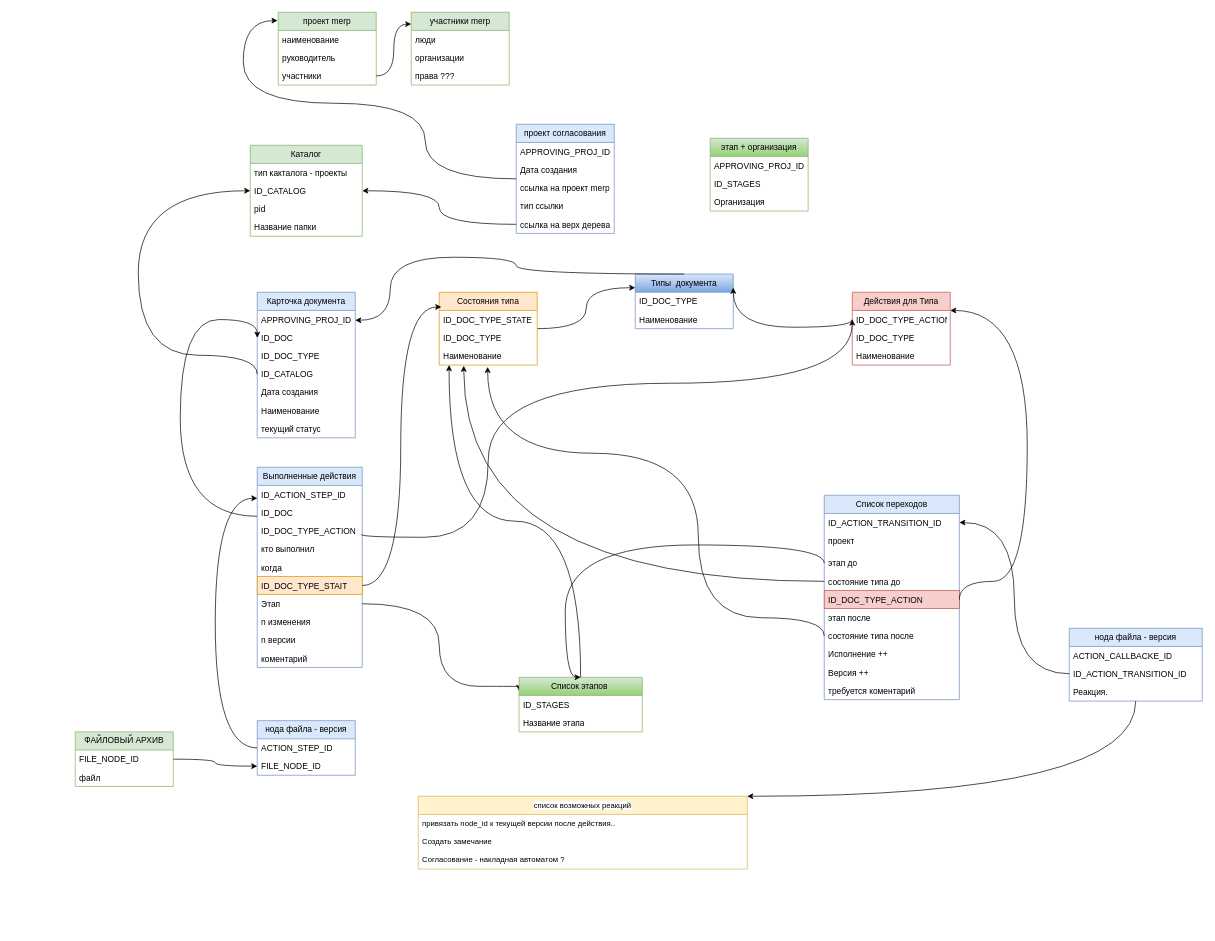
This is сущность проектной документации.drawio from sashok74/diagrams, a draw.io file, before an edit. Source tidied: cells renumbered, new cells numbered last; positions are measured from the earlier drawing's top-left corner, leaving out a move shared by most shapes. Both pictures are drawn from the tidied source at 70%, with x=0, y=0 at pixel (75, 12).
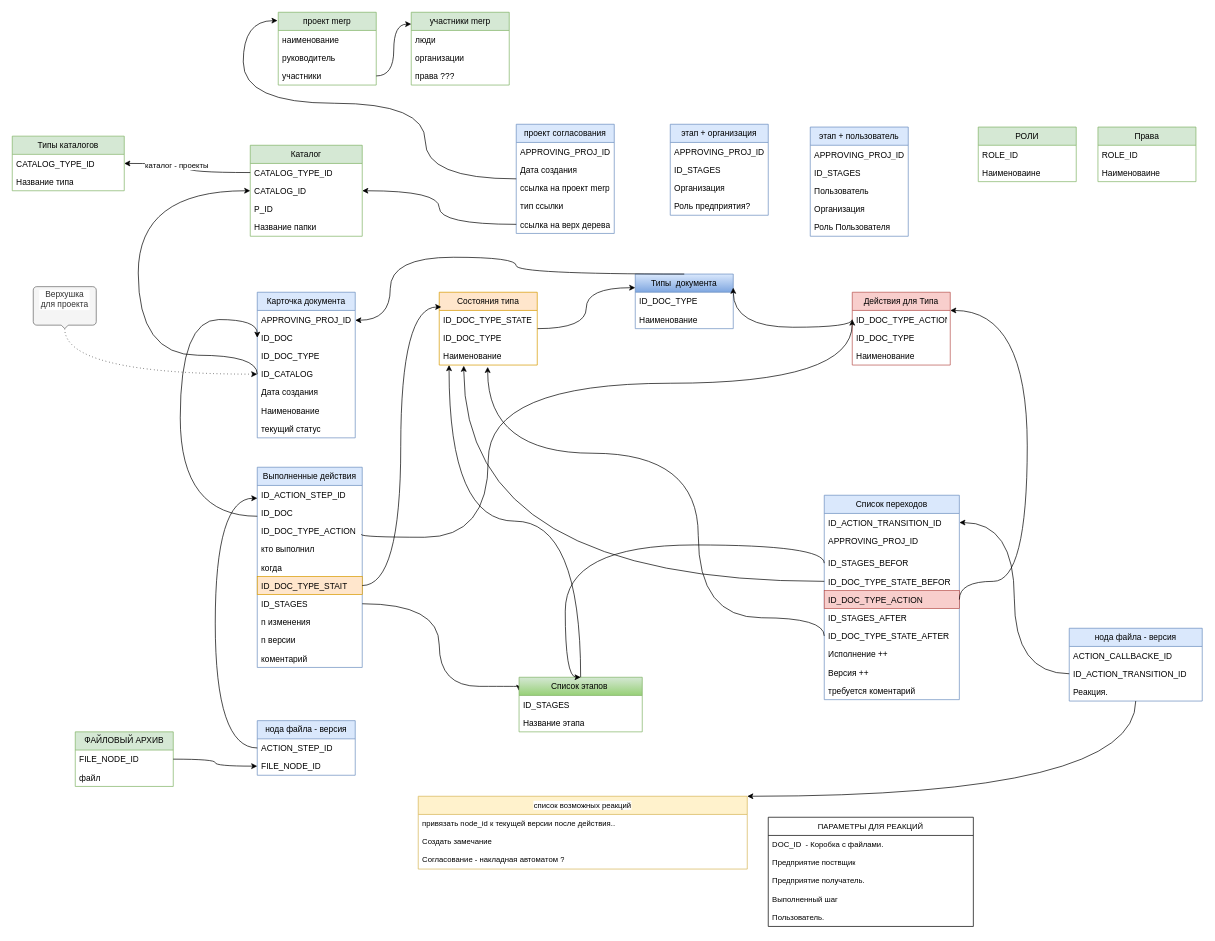
Above is the later version.

Unchanged cells that the change refers to:
```xml
<mxCell id="18" value="&lt;div&gt;Каталог&lt;/div&gt;" style="swimlane;fontStyle=0;horizontal=1;startSize=26;fillColor=#d5e8d4;whiteSpace=wrap;html=1;strokeColor=#82b366;" parent="1" vertex="1">
  <mxGeometry x="250" y="190" width="160" height="130" as="geometry" />
</mxCell>
<mxCell id="28" value="ID_CATALOG" style="text;strokeColor=none;fillColor=none;align=left;verticalAlign=top;spacingLeft=4;spacingRight=4;overflow=hidden;points=[[0,0.5],[1,0.5]];portConstraint=eastwest;whiteSpace=wrap;html=1;" parent="24" vertex="1">
  <mxGeometry y="104" width="140" height="26" as="geometry" />
</mxCell>
<mxCell id="45" value="Выполненные действия" style="swimlane;fontStyle=0;horizontal=1;startSize=26;fillColor=#dae8fc;whiteSpace=wrap;html=1;strokeColor=#6c8ebf;" parent="1" vertex="1">
  <mxGeometry x="260" y="650" width="150" height="286" as="geometry" />
</mxCell>
<mxCell id="65" value="Список переходов" style="swimlane;fontStyle=0;horizontal=1;startSize=26;fillColor=#dae8fc;whiteSpace=wrap;html=1;strokeColor=#6c8ebf;" parent="1" vertex="1">
  <mxGeometry x="1070" y="690" width="193" height="292" as="geometry" />
</mxCell>
```

Change to the diagram source:
```diff
@@
-    <mxCell id="19" value="тип какталога - проекты" style="text;strokeColor=none;fillColor=none;align=left;verticalAlign=top;spacingLeft=4;spacingRight=4;overflow=hidden;points=[[0,0.5],[1,0.5]];portConstraint=eastwest;whiteSpace=wrap;html=1;" parent="18" vertex="1">
+    <mxCell id="19" value="CATALOG_TYPE_ID" style="text;strokeColor=none;fillColor=none;align=left;verticalAlign=top;spacingLeft=4;spacingRight=4;overflow=hidden;points=[[0,0.5],[1,0.5]];portConstraint=eastwest;whiteSpace=wrap;html=1;" parent="18" vertex="1">
       <mxGeometry y="26" width="160" height="26" as="geometry" />
     </mxCell>
-    <mxCell id="20" value="ID_CATALOG" style="text;strokeColor=none;fillColor=none;align=left;verticalAlign=top;spacingLeft=4;spacingRight=4;overflow=hidden;points=[[0,0.5],[1,0.5]];portConstraint=eastwest;whiteSpace=wrap;html=1;" parent="18" vertex="1">
+    <mxCell id="20" value="CATALOG_ID" style="text;strokeColor=none;fillColor=none;align=left;verticalAlign=top;spacingLeft=4;spacingRight=4;overflow=hidden;points=[[0,0.5],[1,0.5]];portConstraint=eastwest;whiteSpace=wrap;html=1;" parent="18" vertex="1">
       <mxGeometry y="52" width="160" height="26" as="geometry" />
     </mxCell>
-    <mxCell id="21" value="pid" style="text;strokeColor=none;fillColor=none;align=left;verticalAlign=top;spacingLeft=4;spacingRight=4;overflow=hidden;whiteSpace=wrap;html=1;" parent="18" vertex="1">
+    <mxCell id="21" value="P_ID" style="text;strokeColor=none;fillColor=none;align=left;verticalAlign=top;spacingLeft=4;spacingRight=4;overflow=hidden;whiteSpace=wrap;html=1;" parent="18" vertex="1">
       <mxGeometry y="78" width="160" height="26" as="geometry" />
     </mxCell>
@@
-    <mxCell id="52" value="Этап" style="text;strokeColor=none;fillColor=none;align=left;verticalAlign=top;spacingLeft=4;spacingRight=4;overflow=hidden;points=[[0,0.5],[1,0.5]];portConstraint=eastwest;whiteSpace=wrap;html=1;" parent="45" vertex="1">
+    <mxCell id="52" value="ID_&lt;span style=&quot;white-space: pre-wrap;&quot;&gt;&lt;/span&gt;&lt;span style=&quot;white-space: pre-wrap;&quot; class=&quot;aNeGP0gI0B9AV8JaHPyH&quot;&gt;STAGES&lt;/span&gt;" style="text;strokeColor=none;fillColor=none;align=left;verticalAlign=top;spacingLeft=4;spacingRight=4;overflow=hidden;points=[[0,0.5],[1,0.5]];portConstraint=eastwest;whiteSpace=wrap;html=1;" parent="45" vertex="1">
       <mxGeometry y="182" width="150" height="26" as="geometry" />
     </mxCell>
@@
-    <mxCell id="67" value="проект" style="text;strokeColor=none;fillColor=none;align=left;verticalAlign=top;spacingLeft=4;spacingRight=4;overflow=hidden;whiteSpace=wrap;html=1;" parent="65" vertex="1">
+    <mxCell id="67" value="APPROVING_PROJ_ID" style="text;strokeColor=none;fillColor=none;align=left;verticalAlign=top;spacingLeft=4;spacingRight=4;overflow=hidden;whiteSpace=wrap;html=1;" parent="65" vertex="1">
       <mxGeometry y="52" width="193" height="32" as="geometry" />
     </mxCell>
-    <mxCell id="68" value="этап до" style="text;align=left;verticalAlign=top;spacingLeft=4;spacingRight=4;overflow=hidden;points=[[0,0.5],[1,0.5]];portConstraint=eastwest;whiteSpace=wrap;html=1;" parent="65" vertex="1">
+    <mxCell id="68" value="ID_&lt;span style=&quot;white-space: pre-wrap;&quot;&gt;&lt;/span&gt;&lt;span style=&quot;white-space: pre-wrap;&quot; class=&quot;aNeGP0gI0B9AV8JaHPyH&quot;&gt;STAGES_BEFOR&lt;/span&gt;" style="text;align=left;verticalAlign=top;spacingLeft=4;spacingRight=4;overflow=hidden;points=[[0,0.5],[1,0.5]];portConstraint=eastwest;whiteSpace=wrap;html=1;" parent="65" vertex="1">
       <mxGeometry y="84" width="193" height="26" as="geometry" />
     </mxCell>
-    <mxCell id="69" value="состояние типа до" style="text;align=left;verticalAlign=top;spacingLeft=4;spacingRight=4;overflow=hidden;points=[[0,0.5],[1,0.5]];portConstraint=eastwest;whiteSpace=wrap;html=1;" parent="65" vertex="1">
+    <mxCell id="69" value="&lt;div&gt;ID_DOC_TYPE_&lt;span style=&quot;white-space: pre-wrap;&quot;&gt;&lt;/span&gt;&lt;span style=&quot;white-space: pre-wrap;&quot; class=&quot;aNeGP0gI0B9AV8JaHPyH&quot;&gt;STATE_BEFOR&lt;/span&gt;&lt;/div&gt;&lt;div&gt;&lt;br&gt;&lt;br&gt;&lt;br&gt;&lt;/div&gt;" style="text;align=left;verticalAlign=top;spacingLeft=4;spacingRight=4;overflow=hidden;points=[[0,0.5],[1,0.5]];portConstraint=eastwest;whiteSpace=wrap;html=1;" parent="65" vertex="1">
       <mxGeometry y="110" width="193" height="26" as="geometry" />
     </mxCell>
@@
-    <mxCell id="71" value="этап после" style="text;align=left;verticalAlign=top;spacingLeft=4;spacingRight=4;overflow=hidden;whiteSpace=wrap;html=1;" parent="65" vertex="1">
+    <mxCell id="71" value="ID_&lt;span style=&quot;white-space: pre-wrap;&quot;&gt;&lt;/span&gt;&lt;span style=&quot;white-space: pre-wrap;&quot; class=&quot;aNeGP0gI0B9AV8JaHPyH&quot;&gt;STAGES_AFTER&lt;/span&gt;" style="text;align=left;verticalAlign=top;spacingLeft=4;spacingRight=4;overflow=hidden;whiteSpace=wrap;html=1;" parent="65" vertex="1">
       <mxGeometry y="162" width="193" height="26" as="geometry" />
     </mxCell>
-    <mxCell id="72" value="состояние типа после" style="text;align=left;verticalAlign=top;spacingLeft=4;spacingRight=4;overflow=hidden;points=[[0,0.5],[1,0.5]];portConstraint=eastwest;whiteSpace=wrap;html=1;" parent="65" vertex="1">
+    <mxCell id="72" value="&lt;div&gt;ID_DOC_TYPE_&lt;span style=&quot;white-space: pre-wrap;&quot;&gt;&lt;/span&gt;&lt;span style=&quot;white-space: pre-wrap;&quot; class=&quot;aNeGP0gI0B9AV8JaHPyH&quot;&gt;STATE_AFTER&lt;/span&gt;&lt;/div&gt;&lt;div&gt;&lt;br&gt;&lt;br&gt;&lt;br&gt;&lt;/div&gt;" style="text;align=left;verticalAlign=top;spacingLeft=4;spacingRight=4;overflow=hidden;points=[[0,0.5],[1,0.5]];portConstraint=eastwest;whiteSpace=wrap;html=1;" parent="65" vertex="1">
       <mxGeometry y="188" width="193" height="26" as="geometry" />
     </mxCell>
@@
-    <mxCell id="99" value="этап + организация" style="swimlane;fontStyle=0;horizontal=1;startSize=26;fillColor=#d5e8d4;whiteSpace=wrap;html=1;strokeColor=#82b366;gradientColor=#97d077;" parent="1" vertex="1">
-      <mxGeometry x="907" y="180" width="140" height="104" as="geometry" />
+    <mxCell id="99" value="этап + организация" style="swimlane;fontStyle=0;horizontal=1;startSize=26;fillColor=#dae8fc;whiteSpace=wrap;html=1;strokeColor=#6c8ebf;" parent="1" vertex="1">
+      <mxGeometry x="850" y="160" width="140" height="130" as="geometry" />
     </mxCell>
@@
+    <mxCell id="103" value="Организация" style="text;strokeColor=none;fillColor=none;align=left;verticalAlign=top;spacingLeft=4;spacingRight=4;overflow=hidden;whiteSpace=wrap;html=1;" parent="99" vertex="1">
+      <mxGeometry y="78" width="140" height="26" as="geometry" />
+    </mxCell>
-    <mxCell id="102" value="Организация" style="text;strokeColor=none;fillColor=none;align=left;verticalAlign=top;spacingLeft=4;spacingRight=4;overflow=hidden;whiteSpace=wrap;html=1;" parent="99" vertex="1">
-      <mxGeometry y="78" width="140" height="26" as="geometry" />
+    <mxCell id="102" value="Роль предприятия?" style="text;strokeColor=none;fillColor=none;align=left;verticalAlign=top;spacingLeft=4;spacingRight=4;overflow=hidden;whiteSpace=wrap;html=1;" parent="99" vertex="1">
+      <mxGeometry y="104" width="140" height="26" as="geometry" />
     </mxCell>
+    <mxCell id="104" value="этап + пользователь" style="swimlane;fontStyle=0;horizontal=1;startSize=26;fillColor=#dae8fc;whiteSpace=wrap;html=1;strokeColor=#6c8ebf;" parent="1" vertex="1">
+      <mxGeometry x="1050" y="164" width="140" height="156" as="geometry" />
+    </mxCell>
+    <mxCell id="105" value="APPROVING_PROJ_ID" style="text;strokeColor=none;fillColor=none;align=left;verticalAlign=top;spacingLeft=4;spacingRight=4;overflow=hidden;whiteSpace=wrap;html=1;" parent="104" vertex="1">
+      <mxGeometry y="26" width="140" height="26" as="geometry" />
+    </mxCell>
+    <mxCell id="106" value="ID_&lt;span style=&quot;white-space: pre-wrap;&quot;&gt;&lt;/span&gt;&lt;span style=&quot;white-space: pre-wrap;&quot; class=&quot;aNeGP0gI0B9AV8JaHPyH&quot;&gt;STAGES&lt;/span&gt;" style="text;strokeColor=none;fillColor=none;align=left;verticalAlign=top;spacingLeft=4;spacingRight=4;overflow=hidden;whiteSpace=wrap;html=1;" parent="104" vertex="1">
+      <mxGeometry y="52" width="140" height="26" as="geometry" />
+    </mxCell>
+    <mxCell id="107" value="Пользователь" style="text;strokeColor=none;fillColor=none;align=left;verticalAlign=top;spacingLeft=4;spacingRight=4;overflow=hidden;whiteSpace=wrap;html=1;" parent="104" vertex="1">
+      <mxGeometry y="78" width="140" height="26" as="geometry" />
+    </mxCell>
+    <mxCell id="108" value="Организация" style="text;strokeColor=none;fillColor=none;align=left;verticalAlign=top;spacingLeft=4;spacingRight=4;overflow=hidden;whiteSpace=wrap;html=1;" parent="104" vertex="1">
+      <mxGeometry y="104" width="140" height="26" as="geometry" />
+    </mxCell>
+    <mxCell id="109" value="Роль Пользователя" style="text;strokeColor=none;fillColor=none;align=left;verticalAlign=top;spacingLeft=4;spacingRight=4;overflow=hidden;whiteSpace=wrap;html=1;" parent="104" vertex="1">
+      <mxGeometry y="130" width="140" height="26" as="geometry" />
+    </mxCell>
+    <mxCell id="110" value="РОЛИ" style="swimlane;fontStyle=0;horizontal=1;startSize=26;fillColor=#d5e8d4;whiteSpace=wrap;html=1;strokeColor=#82b366;" parent="1" vertex="1">
+      <mxGeometry x="1290" y="164" width="140" height="78" as="geometry" />
+    </mxCell>
+    <mxCell id="111" value="ROLE_ID" style="text;strokeColor=none;fillColor=none;align=left;verticalAlign=top;spacingLeft=4;spacingRight=4;overflow=hidden;whiteSpace=wrap;html=1;" parent="110" vertex="1">
+      <mxGeometry y="26" width="140" height="26" as="geometry" />
+    </mxCell>
+    <mxCell id="112" value="Наименоваине" style="text;strokeColor=none;fillColor=none;align=left;verticalAlign=top;spacingLeft=4;spacingRight=4;overflow=hidden;whiteSpace=wrap;html=1;" parent="110" vertex="1">
+      <mxGeometry y="52" width="140" height="26" as="geometry" />
+    </mxCell>
+    <mxCell id="113" value="Права" style="swimlane;fontStyle=0;horizontal=1;startSize=26;fillColor=#d5e8d4;whiteSpace=wrap;html=1;strokeColor=#82b366;" parent="1" vertex="1">
+      <mxGeometry x="1461" y="164" width="140" height="78" as="geometry" />
+    </mxCell>
+    <mxCell id="114" value="ROLE_ID" style="text;strokeColor=none;fillColor=none;align=left;verticalAlign=top;spacingLeft=4;spacingRight=4;overflow=hidden;whiteSpace=wrap;html=1;" parent="113" vertex="1">
+      <mxGeometry y="26" width="140" height="26" as="geometry" />
+    </mxCell>
+    <mxCell id="115" value="Наименоваине" style="text;strokeColor=none;fillColor=none;align=left;verticalAlign=top;spacingLeft=4;spacingRight=4;overflow=hidden;whiteSpace=wrap;html=1;" parent="113" vertex="1">
+      <mxGeometry y="52" width="140" height="26" as="geometry" />
+    </mxCell>
+    <mxCell id="116" value="ПАРАМЕТРЫ ДЛЯ РЕАКЦИЙ" style="swimlane;fontStyle=0;horizontal=1;startSize=26;fillColor=none;whiteSpace=wrap;html=1;fontFamily=Helvetica;fontSize=11;fontColor=default;labelBackgroundColor=default;" parent="1" vertex="1">
+      <mxGeometry x="990" y="1150" width="293" height="156" as="geometry" />
+    </mxCell>
+    <mxCell id="117" value="DOC_ID&amp;nbsp; - Коробка с файлами." style="text;strokeColor=none;fillColor=none;align=left;verticalAlign=top;spacingLeft=4;spacingRight=4;overflow=hidden;whiteSpace=wrap;html=1;fontFamily=Helvetica;fontSize=11;fontColor=default;labelBackgroundColor=default;" parent="116" vertex="1">
+      <mxGeometry y="26" width="293" height="26" as="geometry" />
+    </mxCell>
+    <mxCell id="118" value="Предприятие поствщик" style="text;strokeColor=none;fillColor=none;align=left;verticalAlign=top;spacingLeft=4;spacingRight=4;overflow=hidden;whiteSpace=wrap;html=1;fontFamily=Helvetica;fontSize=11;fontColor=default;labelBackgroundColor=default;" parent="116" vertex="1">
+      <mxGeometry y="52" width="293" height="26" as="geometry" />
+    </mxCell>
+    <mxCell id="119" value="Предприятие получатель." style="text;strokeColor=none;fillColor=none;align=left;verticalAlign=top;spacingLeft=4;spacingRight=4;overflow=hidden;whiteSpace=wrap;html=1;fontFamily=Helvetica;fontSize=11;fontColor=default;labelBackgroundColor=default;" parent="116" vertex="1">
+      <mxGeometry y="78" width="293" height="26" as="geometry" />
+    </mxCell>
+    <mxCell id="120" value="Выполненный шаг" style="text;strokeColor=none;fillColor=none;align=left;verticalAlign=top;spacingLeft=4;spacingRight=4;overflow=hidden;whiteSpace=wrap;html=1;fontFamily=Helvetica;fontSize=11;fontColor=default;labelBackgroundColor=default;" parent="116" vertex="1">
+      <mxGeometry y="104" width="293" height="26" as="geometry" />
+    </mxCell>
+    <mxCell id="121" value="Пользователь." style="text;strokeColor=none;fillColor=none;align=left;verticalAlign=top;spacingLeft=4;spacingRight=4;overflow=hidden;whiteSpace=wrap;html=1;fontFamily=Helvetica;fontSize=11;fontColor=default;labelBackgroundColor=default;" parent="116" vertex="1">
+      <mxGeometry y="130" width="293" height="26" as="geometry" />
+    </mxCell>
+    <mxCell id="122" value="Типы каталогов" style="swimlane;fontStyle=0;horizontal=1;startSize=26;fillColor=#d5e8d4;whiteSpace=wrap;html=1;strokeColor=#82b366;" parent="1" vertex="1">
+      <mxGeometry x="-90" y="177" width="160" height="78" as="geometry" />
+    </mxCell>
+    <mxCell id="123" value="CATALOG_TYPE_ID" style="text;strokeColor=none;fillColor=none;align=left;verticalAlign=top;spacingLeft=4;spacingRight=4;overflow=hidden;points=[[0,0.5],[1,0.5]];portConstraint=eastwest;whiteSpace=wrap;html=1;" parent="122" vertex="1">
+      <mxGeometry y="26" width="160" height="26" as="geometry" />
+    </mxCell>
+    <mxCell id="124" value="Название типа" style="text;strokeColor=none;fillColor=none;align=left;verticalAlign=top;spacingLeft=4;spacingRight=4;overflow=hidden;whiteSpace=wrap;html=1;" parent="122" vertex="1">
+      <mxGeometry y="52" width="160" height="26" as="geometry" />
+    </mxCell>
+    <mxCell id="125" style="edgeStyle=orthogonalEdgeStyle;shape=connector;curved=1;rounded=0;jettySize=auto;html=1;strokeColor=default;align=center;verticalAlign=middle;fontFamily=Helvetica;fontSize=11;fontColor=default;labelBackgroundColor=default;endArrow=classic;" parent="1" edge="1" source="19" target="123">
+      <mxGeometry relative="1" as="geometry" />
+    </mxCell>
+    <mxCell id="126" value="каталог - проекты" style="edgeLabel;html=1;align=center;verticalAlign=middle;fontFamily=Helvetica;fontSize=11;fontColor=default;labelBackgroundColor=default;" parent="125" vertex="1">
+      <mxGeometry x="0.23" y="2" relative="1" as="geometry" />
+    </mxCell>
+    <mxCell id="127" style="edgeStyle=orthogonalEdgeStyle;shape=connector;curved=1;rounded=0;jettySize=auto;html=1;strokeColor=default;align=center;verticalAlign=middle;fontFamily=Helvetica;fontSize=11;fontColor=default;labelBackgroundColor=default;endArrow=classic;dashed=1;dashPattern=1 4;" parent="1" edge="1" source="128" target="28">
+      <mxGeometry relative="1" as="geometry" />
+    </mxCell>
+    <mxCell id="128" value="Верхушка для проекта" style="html=1;shadow=0;dashed=0;shape=mxgraph.bootstrap.popover;fillColor=#f5f5f5;strokeColor=#666666;dx=45;dy=5;rSize=5;whiteSpace=wrap;verticalAlign=top;spacing=10;fontSize=12;spacingLeft=0;align=center;spacingTop=-10;fontColor=#333333;fontFamily=Helvetica;labelBackgroundColor=default;" parent="1" vertex="1">
+      <mxGeometry x="-60" y="392" width="90" height="60" as="geometry" />
+    </mxCell>
```
